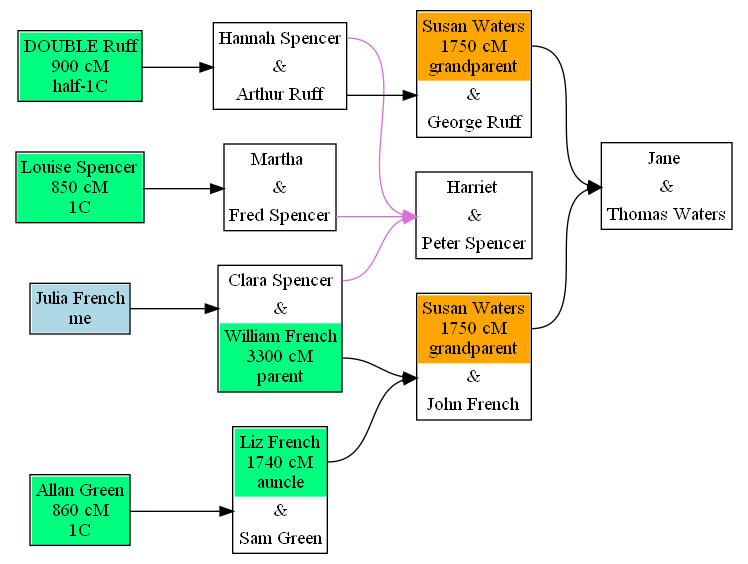
Earlier version of the Graphviz export test-data/double-cousins.png (johnandrea/draw-dna-matches). Its source is kept beside it as test-data/double-cousins.dot.
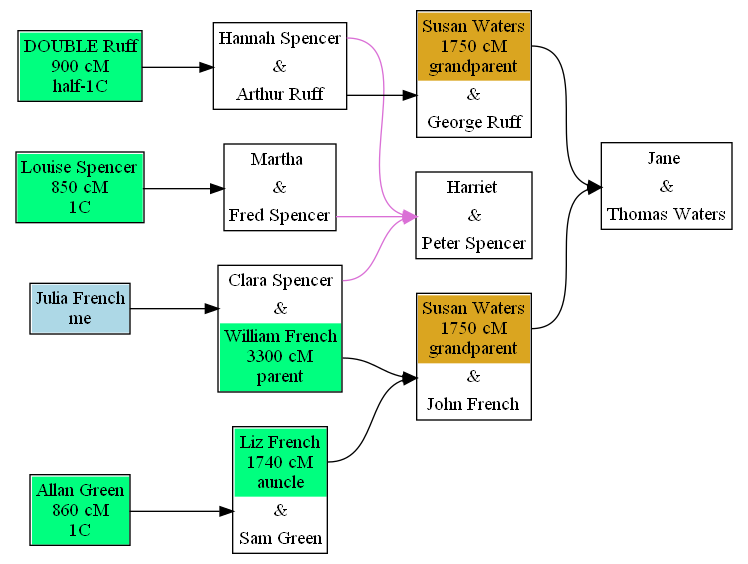
After the change.

Change to the diagram source:
```diff
@@ -3,7 +3,7 @@
 rankdir=LR;
 f2 [label=<
 <table cellpadding="3" border="1" cellspacing="0" cellborder="0">
-<tr><td port="w" bgcolor="orange">Susan Waters<br/>1750 cM<br/>grandparent</td></tr>
+<tr><td port="w" bgcolor="goldenrod">Susan Waters<br/>1750 cM<br/>grandparent</td></tr>
 <tr><td port="u">&amp;</td></tr>
 <tr><td port="h">John French</td></tr>
 </table>>];
@@ -33,7 +33,7 @@
 </table>>];
 f5 [label=<
 <table cellpadding="3" border="1" cellspacing="0" cellborder="0">
-<tr><td port="w" bgcolor="orange">Susan Waters<br/>1750 cM<br/>grandparent</td></tr>
+<tr><td port="w" bgcolor="goldenrod">Susan Waters<br/>1750 cM<br/>grandparent</td></tr>
 <tr><td port="u">&amp;</td></tr>
 <tr><td port="h">George Ruff</td></tr>
 </table>>];
@@ -49,13 +49,13 @@
 <tr><td port="u">&amp;</td></tr>
 <tr><td port="h">Thomas Waters</td></tr>
 </table>>];
+i7 [label=<
+<table cellpadding="3" border="1" cellspacing="0" cellborder="0">
+<tr><td port="i" bgcolor="lightblue">Julia French<br/>me</td></tr>
+</table>>];
 i18 [label=<
 <table cellpadding="3" border="1" cellspacing="0" cellborder="0">
 <tr><td port="i" bgcolor="springgreen">Louise Spencer<br/>850 cM<br/>1C</td></tr>
-</table>>];
-i7 [label=<
-<table cellpadding="3" border="1" cellspacing="0" cellborder="0">
-<tr><td port="i" bgcolor="lightblue">Julia French<br/>me</td></tr>
 </table>>];
 i19 [label=<
 <table cellpadding="3" border="1" cellspacing="0" cellborder="0">
@@ -65,16 +65,16 @@
 <table cellpadding="3" border="1" cellspacing="0" cellborder="0">
 <tr><td port="i" bgcolor="springgreen">Allan Green<br/>860 cM<br/>1C</td></tr>
 </table>>];
+f7:h -> f6:u [color=orchid];
+f3:h -> f2:u;
+f2:w -> f1:u;
+i10:i -> f4:u;
 f8:h -> f5:u;
-f2:w -> f1:u;
-f7:h -> f6:u [color=orchid];
-f5:w -> f1:u;
+f3:w -> f6:u [color=orchid];
 f4:w -> f2:u;
-f3:w -> f6:u [color=orchid];
-i19:i -> f8:u;
-i10:i -> f4:u;
-f3:h -> f2:u;
+i7:i -> f3:u;
 i18:i -> f7:u;
 f8:w -> f6:u [color=orchid];
-i7:i -> f3:u;
+i19:i -> f8:u;
+f5:w -> f1:u;
 }
```
